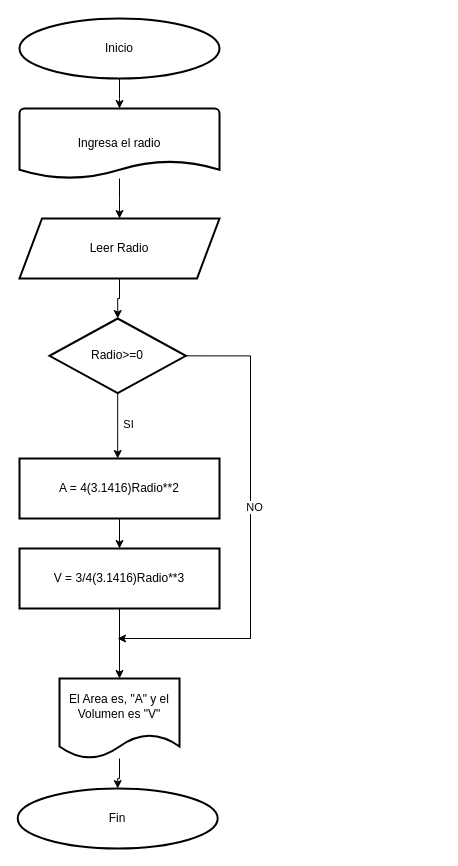
Before: Ejercicio 5: Cálculo del volumen y área de una esfera.drawio in Zapta123/Metodolog-a-de-la-programaci-n-, a draw.io diagram. Source tidied: cells renumbered, new cells numbered last; positions are measured from the earlier drawing's top-left corner, leaving out a move shared by most shapes. Both pictures are drawn from the tidied source at 100%, with x=0, y=0 at pixel (17, 18).
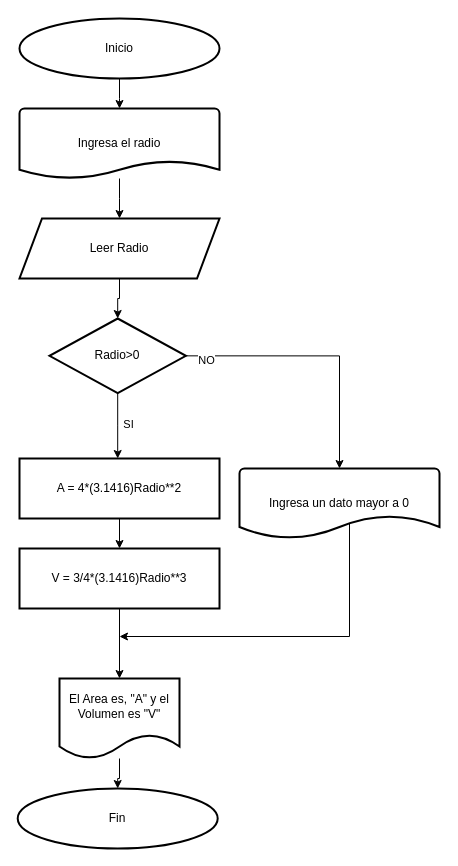
The same page after the edit.

Change to the diagram source:
```diff
@@
-    <mxCell id="9" value="A = 4(3.1416)Radio**2" style="rounded=1;whiteSpace=wrap;html=1;absoluteArcSize=1;arcSize=0;strokeWidth=2;" parent="1" vertex="1">
+    <mxCell id="9" value="A = 4*(3.1416)Radio**2" style="rounded=1;whiteSpace=wrap;html=1;absoluteArcSize=1;arcSize=0;strokeWidth=2;" parent="1" vertex="1">
       <mxGeometry x="2" y="440" width="200" height="60" as="geometry" />
     </mxCell>
@@
-    <mxCell id="11" value="V = 3/4(3.1416)Radio**3" style="rounded=1;whiteSpace=wrap;html=1;absoluteArcSize=1;arcSize=0;strokeWidth=2;" parent="1" vertex="1">
+    <mxCell id="11" value="V = 3/4*(3.1416)Radio**3" style="rounded=1;whiteSpace=wrap;html=1;absoluteArcSize=1;arcSize=0;strokeWidth=2;" parent="1" vertex="1">
       <mxGeometry x="2" y="530" width="200" height="60" as="geometry" />
     </mxCell>
@@
-    <mxCell id="15" value="Radio&amp;gt;=0" style="strokeWidth=2;html=1;shape=mxgraph.flowchart.decision;whiteSpace=wrap;" parent="1" vertex="1">
+    <mxCell id="15" value="Radio&amp;gt;0" style="strokeWidth=2;html=1;shape=mxgraph.flowchart.decision;whiteSpace=wrap;" parent="1" vertex="1">
       <mxGeometry x="32" y="300" width="136.4" height="74.7" as="geometry" />
     </mxCell>
-    <mxCell id="16" style="edgeStyle=orthogonalEdgeStyle;rounded=0;jettySize=auto;html=1;exitX=1;exitY=0.5;exitDx=0;exitDy=0;exitPerimeter=0;" parent="1" edge="1" source="15">
-      <mxGeometry relative="1" as="geometry">
-        <mxPoint x="100" y="620" as="targetPoint" />
-        <Array as="points">
-          <mxPoint x="233" y="337" />
-        </Array>
-      </mxGeometry>
-    </mxCell>
-    <mxCell id="17" value="NO" style="edgeLabel;html=1;align=center;verticalAlign=middle;" parent="16" vertex="1">
-      <mxGeometry x="-0.06" relative="1" as="geometry">
-        <mxPoint x="3" y="-10" as="offset" />
-      </mxGeometry>
-    </mxCell>
@@
+    <mxCell id="21" style="edgeStyle=orthogonalEdgeStyle;rounded=0;jettySize=auto;html=1;exitX=1;exitY=0.5;exitDx=0;exitDy=0;exitPerimeter=0;" parent="1" edge="1" source="15" target="23">
+      <mxGeometry relative="1" as="geometry" />
+    </mxCell>
+    <mxCell id="17" value="NO" style="edgeLabel;html=1;align=center;verticalAlign=middle;" parent="21" vertex="1">
+      <mxGeometry x="-0.85" y="-4" relative="1" as="geometry" />
+    </mxCell>
+    <mxCell id="22" style="edgeStyle=orthogonalEdgeStyle;rounded=0;jettySize=auto;html=1;exitX=0.601;exitY=0.737;exitDx=0;exitDy=0;exitPerimeter=0;" parent="1" edge="1" source="23">
+      <mxGeometry relative="1" as="geometry">
+        <mxPoint x="102" y="618" as="targetPoint" />
+        <Array as="points">
+          <mxPoint x="332" y="502" />
+          <mxPoint x="332" y="618" />
+        </Array>
+      </mxGeometry>
+    </mxCell>
+    <mxCell id="23" value="Ingresa un dato mayor a 0" style="strokeWidth=2;html=1;shape=mxgraph.flowchart.document2;whiteSpace=wrap;size=0.3285710548867972;" parent="1" vertex="1">
+      <mxGeometry x="222" y="450" width="200" height="70" as="geometry" />
+    </mxCell>
```
